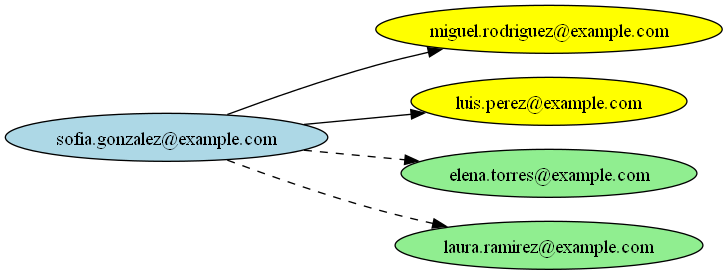
This is pruebas/listaAdyacenciaGlobal.png from matiuuh/-EDD-Proyecto1_202203009, a Graphviz export, as it was before one commit. Its source is kept beside it as pruebas/listaAdyacenciaGlobal.dot. Source of this version:
```dot
digraph g {
rankdir=LR;
"sofia.gonzalez@example.com" [label="sofia.gonzalez@example.com" style=filled fillcolor="lightblue"];
"miguel.rodriguez@example.com" [label="miguel.rodriguez@example.com" style=filled fillcolor="yellow"];
"sofia.gonzalez@example.com" -> "miguel.rodriguez@example.com";
"luis.perez@example.com" [label="luis.perez@example.com" style=filled fillcolor="yellow"];
"sofia.gonzalez@example.com" -> "luis.perez@example.com";
"elena.torres@example.com" [label="elena.torres@example.com" style=filled fillcolor="lightgreen"];
"sofia.gonzalez@example.com" -> "elena.torres@example.com" [style=dashed];
"laura.ramirez@example.com" [label="laura.ramirez@example.com" style=filled fillcolor="lightgreen"];
"sofia.gonzalez@example.com" -> "laura.ramirez@example.com" [style=dashed];
}
```
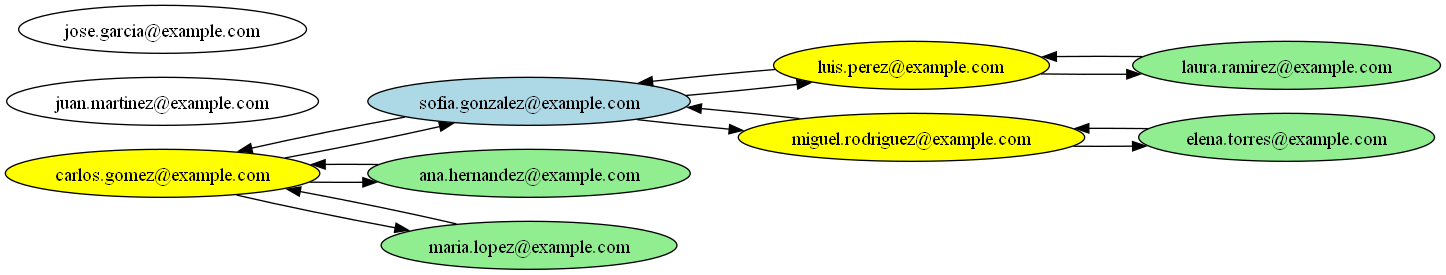
Later version of the same file.

Commit message:
Se grafica correctamente la lista adyacente

Change to the diagram source:
```diff
@@ -1,12 +1,27 @@
 digraph g {
 rankdir=LR;
+"carlos.gomez@example.com" [label="carlos.gomez@example.com" style=filled fillcolor="yellow"];
+"carlos.gomez@example.com" -> "sofia.gonzalez@example.com";
+"carlos.gomez@example.com" -> "ana.hernandez@example.com";
+"carlos.gomez@example.com" -> "maria.lopez@example.com";
+"maria.lopez@example.com" [label="maria.lopez@example.com" style=filled fillcolor="lightgreen"];
+"maria.lopez@example.com" -> "carlos.gomez@example.com";
+"juan.martinez@example.com" [label="juan.martinez@example.com" style=filled fillcolor="white"];
+"ana.hernandez@example.com" [label="ana.hernandez@example.com" style=filled fillcolor="lightgreen"];
+"ana.hernandez@example.com" -> "carlos.gomez@example.com";
+"luis.perez@example.com" [label="luis.perez@example.com" style=filled fillcolor="yellow"];
+"luis.perez@example.com" -> "sofia.gonzalez@example.com";
+"luis.perez@example.com" -> "laura.ramirez@example.com";
+"laura.ramirez@example.com" [label="laura.ramirez@example.com" style=filled fillcolor="lightgreen"];
+"laura.ramirez@example.com" -> "luis.perez@example.com";
+"jose.garcia@example.com" [label="jose.garcia@example.com" style=filled fillcolor="white"];
+"elena.torres@example.com" [label="elena.torres@example.com" style=filled fillcolor="lightgreen"];
+"elena.torres@example.com" -> "miguel.rodriguez@example.com";
+"miguel.rodriguez@example.com" [label="miguel.rodriguez@example.com" style=filled fillcolor="yellow"];
+"miguel.rodriguez@example.com" -> "sofia.gonzalez@example.com";
+"miguel.rodriguez@example.com" -> "elena.torres@example.com";
 "sofia.gonzalez@example.com" [label="sofia.gonzalez@example.com" style=filled fillcolor="lightblue"];
-"miguel.rodriguez@example.com" [label="miguel.rodriguez@example.com" style=filled fillcolor="yellow"];
+"sofia.gonzalez@example.com" -> "carlos.gomez@example.com";
 "sofia.gonzalez@example.com" -> "miguel.rodriguez@example.com";
-"luis.perez@example.com" [label="luis.perez@example.com" style=filled fillcolor="yellow"];
 "sofia.gonzalez@example.com" -> "luis.perez@example.com";
-"elena.torres@example.com" [label="elena.torres@example.com" style=filled fillcolor="lightgreen"];
-"sofia.gonzalez@example.com" -> "elena.torres@example.com" [style=dashed];
-"laura.ramirez@example.com" [label="laura.ramirez@example.com" style=filled fillcolor="lightgreen"];
-"sofia.gonzalez@example.com" -> "laura.ramirez@example.com" [style=dashed];
 }
```
